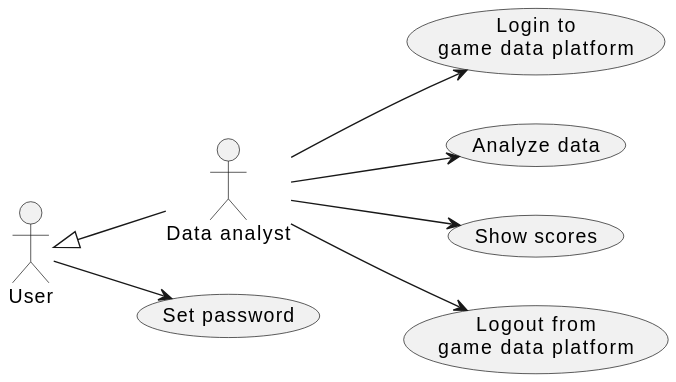
Earlier version of the PlantUML export doc/1-use-cases/diagrams/game-data-analysis.svg (averbraeck/gscg-design).
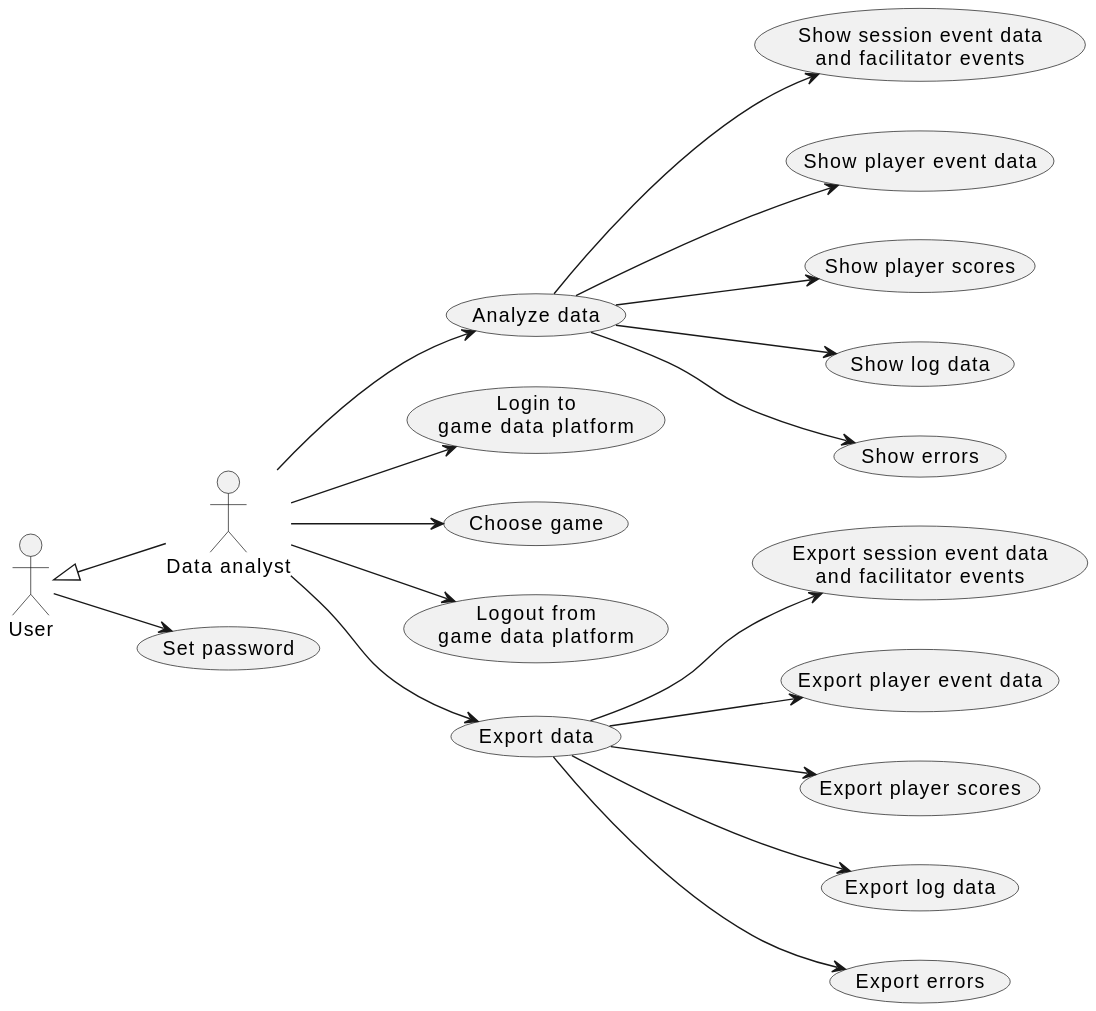
Above is the later version.

The edit, as a diff of the source:
```diff
@@ -6,8 +6,23 @@
 
 User --> (Set password)
 
+DA --> (Analyze data)
+(Analyze data) --> (Show session event data\nand facilitator events)
+(Analyze data) --> (Show player event data)
+(Analyze data) --> (Show player scores)
+(Analyze data) --> (Show log data)
+(Analyze data) --> (Show errors)
+
 DA --> (Login to\ngame data platform)
-DA --> (Analyze data)
-DA --> (Show scores)
+
+DA --> (Choose game)
+
 DA --> (Logout from\ngame data platform)
+
+DA --> (Export data)
+(Export data) --> (Export session event data\nand facilitator events)
+(Export data) --> (Export player event data)
+(Export data) --> (Export player scores)
+(Export data) --> (Export log data)
+(Export data) --> (Export errors)
 @enduml
```
